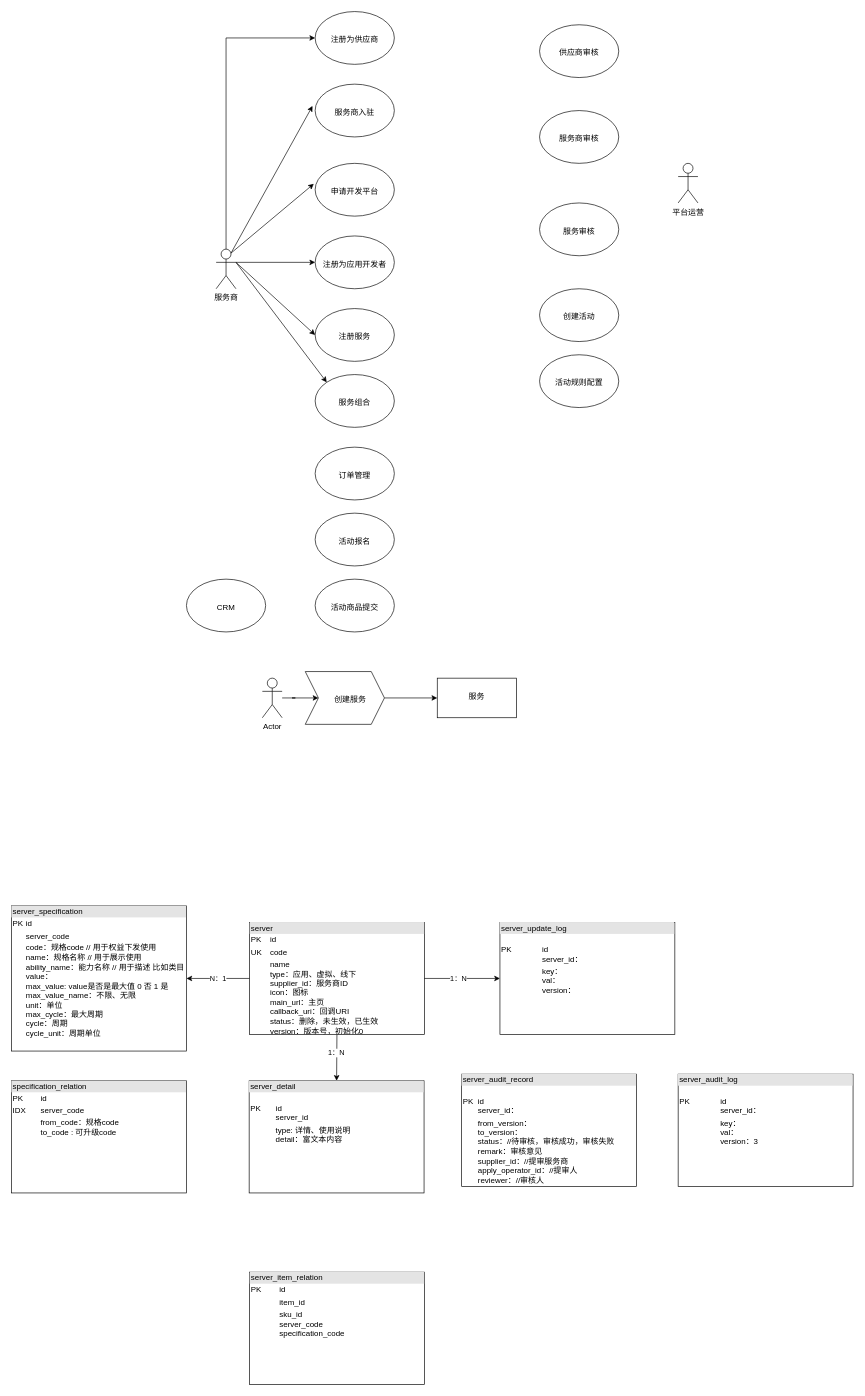
Before: 商家服务.drawio in wylyf3030/draw, a draw.io diagram. Source tidied: cells renumbered, new cells numbered last; positions are measured from the earlier drawing's top-left corner, leaving out a move shared by most shapes. Both pictures are drawn from the tidied source at 66%, with x=0, y=0 at pixel (11, 11).
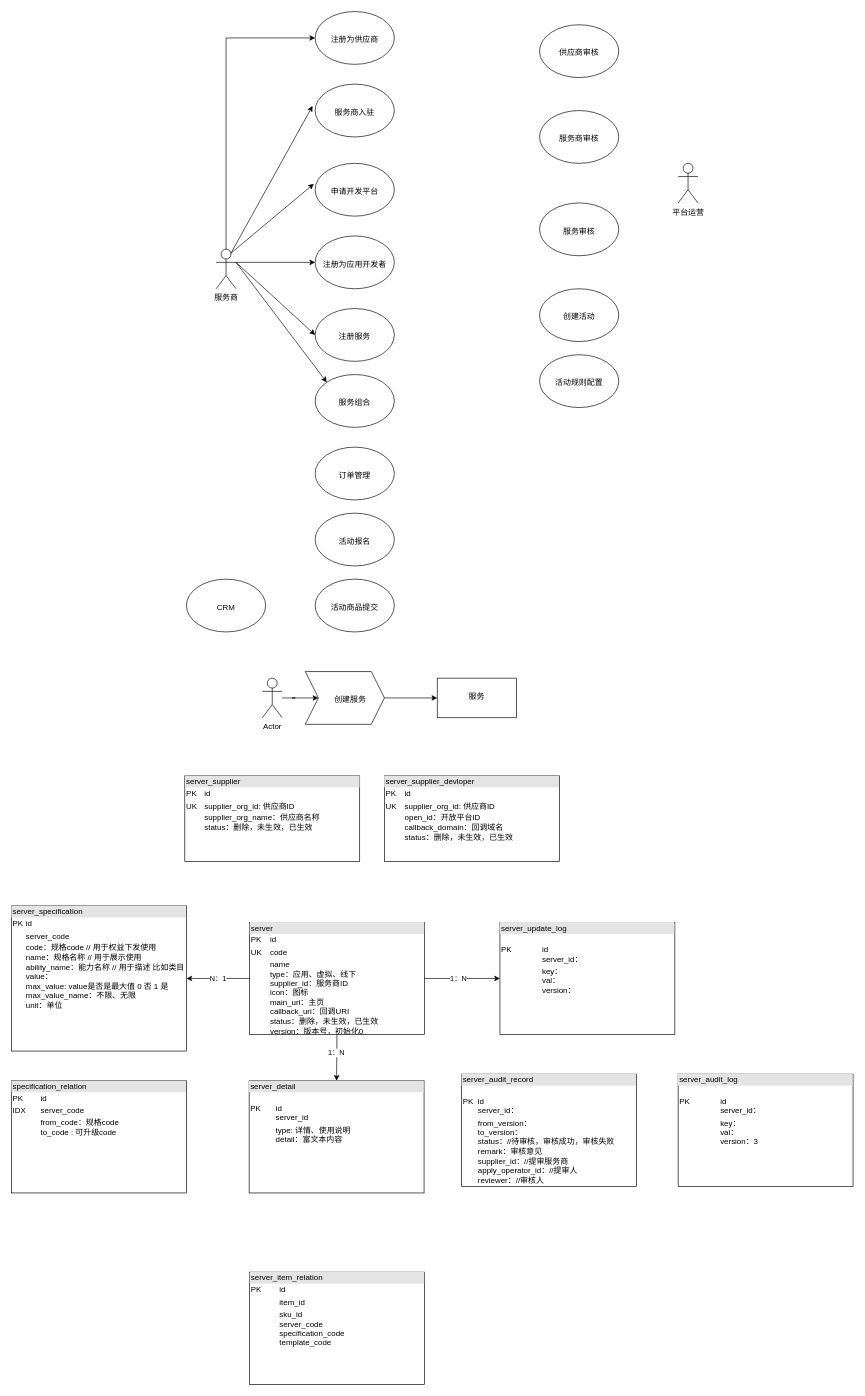
The same page after the edit.

Change to the diagram source:
```diff
@@
-    <mxCell id="35" value="&lt;div style=&quot;box-sizing: border-box ; width: 100% ; background: #e4e4e4 ; padding: 2px&quot;&gt;server_specification&lt;/div&gt;&lt;table style=&quot;width: 100% ; font-size: 1em&quot; cellpadding=&quot;2&quot; cellspacing=&quot;0&quot;&gt;&lt;tbody&gt;&lt;tr&gt;&lt;td&gt;PK&lt;/td&gt;&lt;td&gt;id&lt;/td&gt;&lt;/tr&gt;&lt;tr&gt;&lt;td&gt;&lt;br&gt;&lt;/td&gt;&lt;td&gt;server_code&lt;/td&gt;&lt;/tr&gt;&lt;tr&gt;&lt;td&gt;&lt;/td&gt;&lt;td&gt;code：规格code // 用于权益下发使用&lt;br&gt;name：规格名称 // 用于展示使用&lt;br&gt;ability_name：能力名称 // 用于描述 比如类目&lt;br&gt;value：&lt;br&gt;max_value: value是否是最大值 0 否 1 是&lt;br&gt;max_value_name：不限、无限&lt;br&gt;unit：单位&lt;br&gt;max_cycle：最大周期&lt;br&gt;cycle：周期&lt;br&gt;cycle_unit：周期单位&lt;br&gt;&lt;br&gt;&lt;/td&gt;&lt;/tr&gt;&lt;/tbody&gt;&lt;/table&gt;" style="verticalAlign=top;align=left;overflow=fill;html=1;" parent="1" vertex="1">
+    <mxCell id="35" value="&lt;div style=&quot;box-sizing: border-box ; width: 100% ; background: #e4e4e4 ; padding: 2px&quot;&gt;server_specification&lt;/div&gt;&lt;table style=&quot;width: 100% ; font-size: 1em&quot; cellpadding=&quot;2&quot; cellspacing=&quot;0&quot;&gt;&lt;tbody&gt;&lt;tr&gt;&lt;td&gt;PK&lt;/td&gt;&lt;td&gt;id&lt;/td&gt;&lt;/tr&gt;&lt;tr&gt;&lt;td&gt;&lt;br&gt;&lt;/td&gt;&lt;td&gt;server_code&lt;/td&gt;&lt;/tr&gt;&lt;tr&gt;&lt;td&gt;&lt;/td&gt;&lt;td&gt;code：规格code // 用于权益下发使用&lt;br&gt;name：规格名称 // 用于展示使用&lt;br&gt;ability_name：能力名称 // 用于描述 比如类目&lt;br&gt;value：&lt;br&gt;max_value: value是否是最大值 0 否 1 是&lt;br&gt;max_value_name：不限、无限&lt;br&gt;unit：单位&lt;br&gt;&lt;br&gt;&lt;/td&gt;&lt;/tr&gt;&lt;/tbody&gt;&lt;/table&gt;" style="verticalAlign=top;align=left;overflow=fill;html=1;" parent="1" vertex="1">
       <mxGeometry y="1355" width="265" height="220" as="geometry" />
     </mxCell>
@@
-    <mxCell id="42" value="&lt;div style=&quot;box-sizing: border-box ; width: 100% ; background: #e4e4e4 ; padding: 2px&quot;&gt;server_item_relation&lt;/div&gt;&lt;table style=&quot;width: 100% ; font-size: 1em&quot; cellpadding=&quot;2&quot; cellspacing=&quot;0&quot;&gt;&lt;tbody&gt;&lt;tr&gt;&lt;td&gt;PK&lt;/td&gt;&lt;td&gt;id&lt;/td&gt;&lt;/tr&gt;&lt;tr&gt;&lt;td&gt;&lt;br&gt;&lt;/td&gt;&lt;td&gt;item_id&lt;/td&gt;&lt;/tr&gt;&lt;tr&gt;&lt;td&gt;&lt;/td&gt;&lt;td&gt;sku_id&lt;br&gt;server_code&lt;br&gt;specification_code&lt;br&gt;&lt;br&gt;&lt;/td&gt;&lt;/tr&gt;&lt;/tbody&gt;&lt;/table&gt;" style="verticalAlign=top;align=left;overflow=fill;html=1;" parent="1" vertex="1">
+    <mxCell id="42" value="&lt;div style=&quot;box-sizing: border-box ; width: 100% ; background: #e4e4e4 ; padding: 2px&quot;&gt;server_item_relation&lt;/div&gt;&lt;table style=&quot;width: 100% ; font-size: 1em&quot; cellpadding=&quot;2&quot; cellspacing=&quot;0&quot;&gt;&lt;tbody&gt;&lt;tr&gt;&lt;td&gt;PK&lt;/td&gt;&lt;td&gt;id&lt;/td&gt;&lt;/tr&gt;&lt;tr&gt;&lt;td&gt;&lt;br&gt;&lt;/td&gt;&lt;td&gt;item_id&lt;/td&gt;&lt;/tr&gt;&lt;tr&gt;&lt;td&gt;&lt;/td&gt;&lt;td&gt;sku_id&lt;br&gt;server_code&lt;br&gt;specification_code&lt;br&gt;template_code&lt;br&gt;&lt;br&gt;&lt;/td&gt;&lt;/tr&gt;&lt;/tbody&gt;&lt;/table&gt;" style="verticalAlign=top;align=left;overflow=fill;html=1;" parent="1" vertex="1">
       <mxGeometry x="360.5" y="1910" width="265" height="170" as="geometry" />
     </mxCell>
+    <mxCell id="43" value="&lt;div style=&quot;box-sizing: border-box ; width: 100% ; background: #e4e4e4 ; padding: 2px&quot;&gt;server_supplier&lt;/div&gt;&lt;table style=&quot;width: 100% ; font-size: 1em&quot; cellpadding=&quot;2&quot; cellspacing=&quot;0&quot;&gt;&lt;tbody&gt;&lt;tr&gt;&lt;td&gt;PK&lt;/td&gt;&lt;td&gt;id&lt;/td&gt;&lt;/tr&gt;&lt;tr&gt;&lt;td&gt;UK&lt;/td&gt;&lt;td&gt;supplier_org_id: 供应商ID&lt;/td&gt;&lt;/tr&gt;&lt;tr&gt;&lt;td&gt;&lt;/td&gt;&lt;td&gt;supplier_org_name：供应商名称&lt;br&gt;status：删除，未生效，已生效&lt;br&gt;&lt;br&gt;&lt;/td&gt;&lt;/tr&gt;&lt;/tbody&gt;&lt;/table&gt;" style="verticalAlign=top;align=left;overflow=fill;html=1;" parent="1" vertex="1">
+      <mxGeometry x="262.5" y="1158" width="265" height="130" as="geometry" />
+    </mxCell>
+    <mxCell id="44" value="&lt;div style=&quot;box-sizing: border-box ; width: 100% ; background: #e4e4e4 ; padding: 2px&quot;&gt;server_supplier_devloper&lt;/div&gt;&lt;table style=&quot;width: 100% ; font-size: 1em&quot; cellpadding=&quot;2&quot; cellspacing=&quot;0&quot;&gt;&lt;tbody&gt;&lt;tr&gt;&lt;td&gt;PK&lt;/td&gt;&lt;td&gt;id&lt;/td&gt;&lt;/tr&gt;&lt;tr&gt;&lt;td&gt;UK&lt;/td&gt;&lt;td&gt;supplier_org_id: 供应商ID&lt;/td&gt;&lt;/tr&gt;&lt;tr&gt;&lt;td&gt;&lt;/td&gt;&lt;td&gt;open_id：开放平台ID&lt;br&gt;callback_domain：回调域名&lt;br&gt;status：删除，未生效，已生效&lt;br&gt;&lt;br&gt;&lt;/td&gt;&lt;/tr&gt;&lt;/tbody&gt;&lt;/table&gt;" style="verticalAlign=top;align=left;overflow=fill;html=1;" parent="1" vertex="1">
+      <mxGeometry x="565" y="1158" width="265" height="130" as="geometry" />
+    </mxCell>
```
